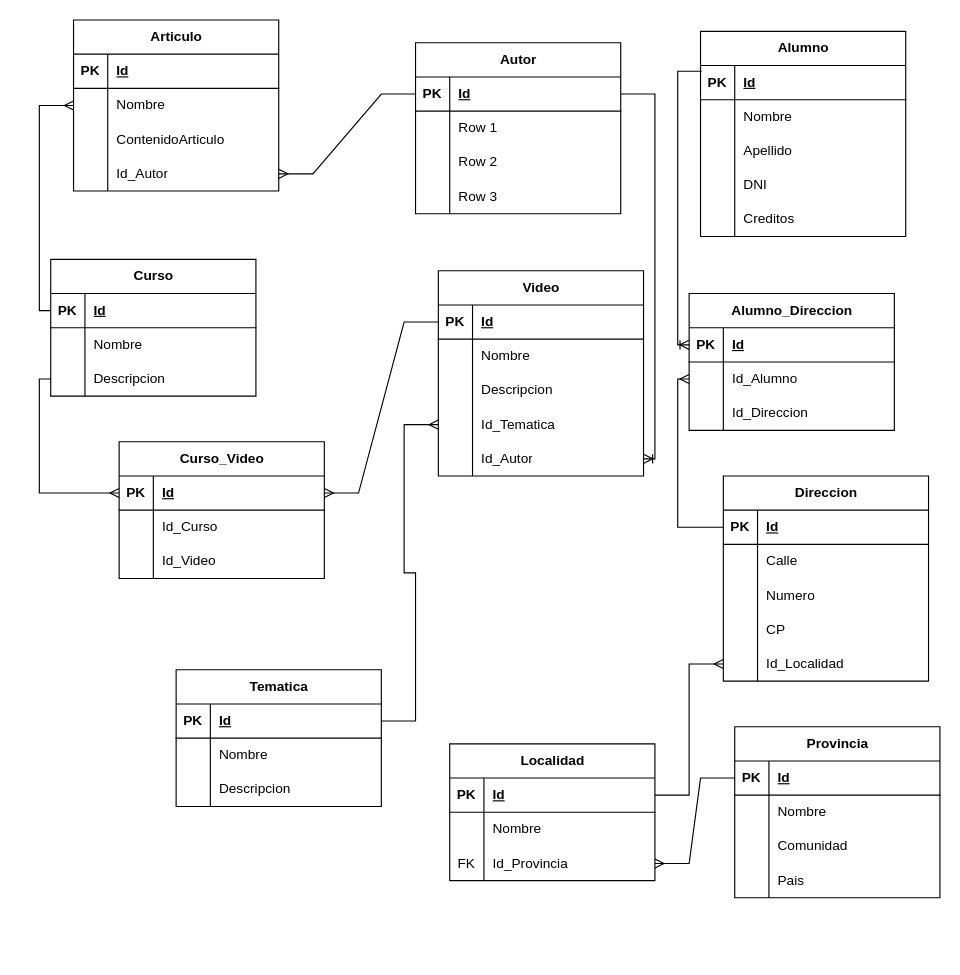
Before: LemonCode_Modelado_relacional_crows_foot.drawio in leonardocasimiro/BootcampBackend_III_Relacional_Modulo1Modelado, a draw.io diagram. Source tidied: cells renumbered, new cells numbered last; positions are measured from the earlier drawing's top-left corner, leaving out a move shared by most shapes. Both pictures are drawn from the tidied source at 114%, with x=0, y=0 at pixel (39, 19).
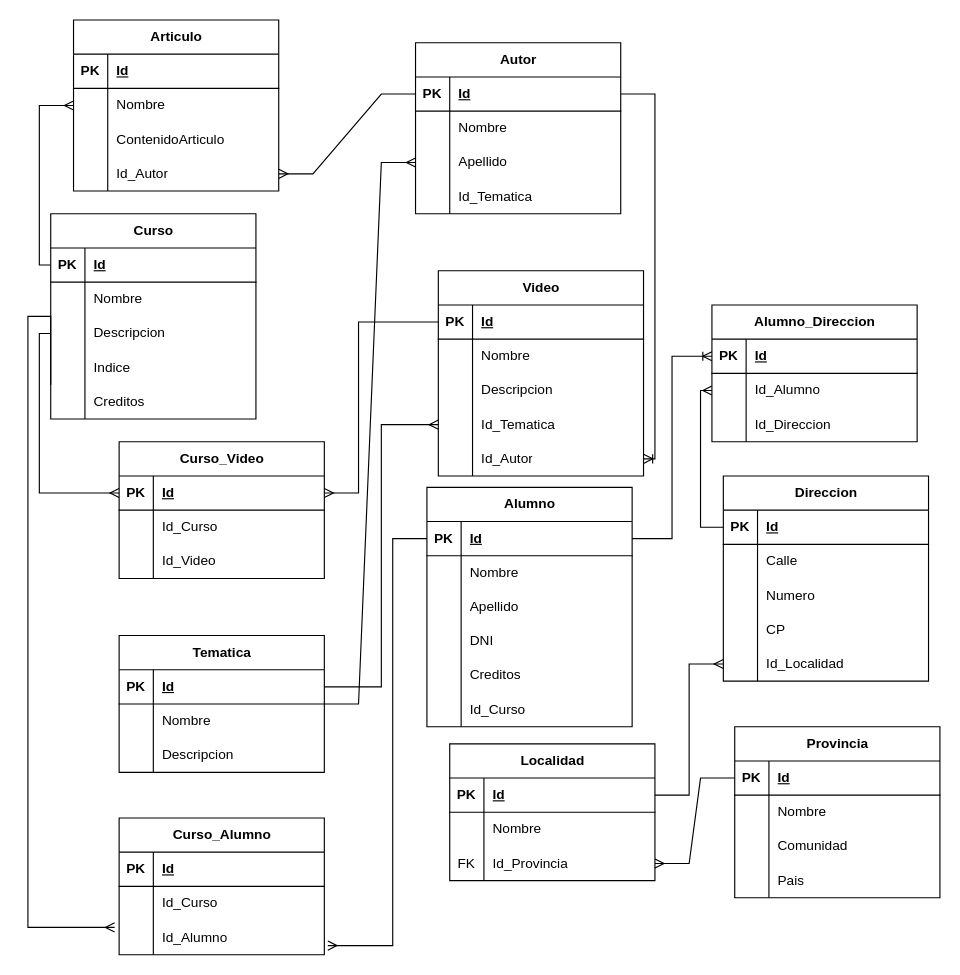
Above is the later version.

Unchanged cells that the change refers to:
```xml
<mxCell id="6" style="shape=tableRow;horizontal=0;startSize=0;swimlaneHead=0;swimlaneBody=0;fillColor=none;top=0;left=0;right=0;bottom=0;" parent="2" vertex="1">
  <mxGeometry y="60" width="180" height="30" as="geometry" />
</mxCell>
<mxCell id="9" style="shape=tableRow;horizontal=0;startSize=0;swimlaneHead=0;swimlaneBody=0;fillColor=none;points=[[0,0.5],[1,0.5]];portConstraint=eastwest;top=0;left=0;right=0;bottom=0;" parent="2" vertex="1">
  <mxGeometry y="90" width="180" height="30" as="geometry" />
</mxCell>
<mxCell id="12" style="shape=tableRow;horizontal=0;startSize=0;swimlaneHead=0;swimlaneBody=0;fillColor=none;top=0;left=0;right=0;bottom=0;" parent="2" vertex="1">
  <mxGeometry y="120" width="180" height="30" as="geometry" />
</mxCell>
<mxCell id="16" style="shape=tableRow;horizontal=0;startSize=0;swimlaneHead=0;swimlaneBody=0;fillColor=none;points=[[0,0.5],[1,0.5]];portConstraint=eastwest;top=0;left=0;right=0;bottom=1;" parent="15" vertex="1">
  <mxGeometry y="30" width="180" height="30" as="geometry" />
</mxCell>
<mxCell id="25" style="shape=tableRow;horizontal=0;startSize=0;swimlaneHead=0;swimlaneBody=0;fillColor=none;points=[[0,0.5],[1,0.5]];portConstraint=eastwest;top=0;left=0;right=0;bottom=0;" parent="15" vertex="1">
  <mxGeometry y="120" width="180" height="30" as="geometry" />
</mxCell>
<mxCell id="55" style="shape=tableRow;horizontal=0;startSize=0;swimlaneHead=0;swimlaneBody=0;fillColor=none;points=[[0,0.5],[1,0.5]];portConstraint=eastwest;top=0;left=0;right=0;bottom=1;" parent="54" vertex="1">
  <mxGeometry y="30" width="180" height="30" as="geometry" />
</mxCell>
<mxCell id="106" style="shape=tableRow;horizontal=0;startSize=0;swimlaneHead=0;swimlaneBody=0;fillColor=none;points=[[0,0.5],[1,0.5]];portConstraint=eastwest;top=0;left=0;right=0;bottom=1;" parent="105" vertex="1">
  <mxGeometry y="30" width="180" height="30" as="geometry" />
</mxCell>
<mxCell id="122" style="shape=tableRow;horizontal=0;startSize=0;swimlaneHead=0;swimlaneBody=0;fillColor=none;points=[[0,0.5],[1,0.5]];portConstraint=eastwest;top=0;left=0;right=0;bottom=1;" parent="121" vertex="1">
  <mxGeometry y="30" width="180" height="30" as="geometry" />
</mxCell>
<mxCell id="138" style="shape=tableRow;horizontal=0;startSize=0;swimlaneHead=0;swimlaneBody=0;fillColor=none;points=[[0,0.5],[1,0.5]];portConstraint=eastwest;top=0;left=0;right=0;bottom=1;" parent="137" vertex="1">
  <mxGeometry y="30" width="180" height="30" as="geometry" />
</mxCell>
```

Change to the diagram source:
```diff
@@
-    <mxCell id="8" value="Row 1" style="shape=partialRectangle;fillColor=none;top=0;left=0;bottom=0;right=0;align=left;spacingLeft=6;overflow=hidden;whiteSpace=wrap;html=1;" parent="6" vertex="1">
+    <mxCell id="8" value="Nombre" style="shape=partialRectangle;fillColor=none;top=0;left=0;bottom=0;right=0;align=left;spacingLeft=6;overflow=hidden;whiteSpace=wrap;html=1;" parent="6" vertex="1">
       <mxGeometry x="30" width="150" height="30" as="geometry" />
     </mxCell>
@@
-    <mxCell id="11" value="Row 2" style="shape=partialRectangle;fillColor=none;top=0;left=0;bottom=0;right=0;align=left;spacingLeft=6;overflow=hidden;whiteSpace=wrap;html=1;" parent="9" vertex="1">
+    <mxCell id="11" value="Apellido" style="shape=partialRectangle;fillColor=none;top=0;left=0;bottom=0;right=0;align=left;spacingLeft=6;overflow=hidden;whiteSpace=wrap;html=1;" parent="9" vertex="1">
       <mxGeometry x="30" width="150" height="30" as="geometry" />
     </mxCell>
@@
-    <mxCell id="14" value="Row 3" style="shape=partialRectangle;fillColor=none;top=0;left=0;bottom=0;right=0;align=left;spacingLeft=6;overflow=hidden;whiteSpace=wrap;html=1;" parent="12" vertex="1">
+    <mxCell id="14" value="Id_Tematica" style="shape=partialRectangle;fillColor=none;top=0;left=0;bottom=0;right=0;align=left;spacingLeft=6;overflow=hidden;whiteSpace=wrap;html=1;" parent="12" vertex="1">
       <mxGeometry x="30" width="150" height="30" as="geometry" />
     </mxCell>
@@
     <mxCell id="44" value="Curso" style="shape=table;startSize=30;childLayout=tableLayout;rowLines=0;fontStyle=1;align=center;html=1;" parent="1" vertex="1">
-      <mxGeometry x="10" y="210" width="180" height="120" as="geometry" />
+      <mxGeometry x="10" y="170" width="180" height="180" as="geometry" />
     </mxCell>
@@
+    <mxCell id="149" style="shape=tableRow;horizontal=0;startSize=0;swimlaneHead=0;swimlaneBody=0;fillColor=none;top=0;left=0;right=0;bottom=0;" parent="44" vertex="1">
+      <mxGeometry y="120" width="180" height="30" as="geometry" />
+    </mxCell>
+    <mxCell id="150" style="shape=partialRectangle;fillColor=none;top=0;left=0;bottom=0;right=0;overflow=hidden;whiteSpace=wrap;html=1;" parent="149" vertex="1">
+      <mxGeometry width="30" height="30" as="geometry" />
+    </mxCell>
+    <mxCell id="151" value="Indice" style="shape=partialRectangle;fillColor=none;top=0;left=0;bottom=0;right=0;align=left;spacingLeft=6;overflow=hidden;whiteSpace=wrap;html=1;" parent="149" vertex="1">
+      <mxGeometry x="30" width="150" height="30" as="geometry" />
+    </mxCell>
+    <mxCell id="152" style="shape=tableRow;horizontal=0;startSize=0;swimlaneHead=0;swimlaneBody=0;fillColor=none;top=0;left=0;right=0;bottom=0;" parent="44" vertex="1">
+      <mxGeometry y="150" width="180" height="30" as="geometry" />
+    </mxCell>
+    <mxCell id="153" style="shape=partialRectangle;fillColor=none;top=0;left=0;bottom=0;right=0;overflow=hidden;whiteSpace=wrap;html=1;" parent="152" vertex="1">
+      <mxGeometry width="30" height="30" as="geometry" />
+    </mxCell>
+    <mxCell id="154" value="Creditos" style="shape=partialRectangle;fillColor=none;top=0;left=0;bottom=0;right=0;align=left;spacingLeft=6;overflow=hidden;whiteSpace=wrap;html=1;" parent="152" vertex="1">
+      <mxGeometry x="30" width="150" height="30" as="geometry" />
+    </mxCell>
     <mxCell id="54" value="Tematica" style="shape=table;startSize=30;childLayout=tableLayout;rowLines=0;fontStyle=1;align=center;html=1;" parent="1" vertex="1">
-      <mxGeometry x="120" y="570" width="180" height="120" as="geometry" />
+      <mxGeometry x="70" y="540" width="180" height="120" as="geometry" />
     </mxCell>
@@
     <mxCell id="105" value="Alumno" style="shape=table;startSize=30;childLayout=tableLayout;rowLines=0;fontStyle=1;align=center;html=1;" parent="1" vertex="1">
-      <mxGeometry x="580" y="10" width="180" height="180" as="geometry" />
+      <mxGeometry x="340" y="410" width="180" height="210" as="geometry" />
     </mxCell>
@@
+    <mxCell id="155" style="shape=tableRow;horizontal=0;startSize=0;swimlaneHead=0;swimlaneBody=0;fillColor=none;top=0;left=0;right=0;bottom=0;" parent="105" vertex="1">
+      <mxGeometry y="180" width="180" height="30" as="geometry" />
+    </mxCell>
+    <mxCell id="156" style="shape=partialRectangle;fillColor=none;top=0;left=0;bottom=0;right=0;overflow=hidden;whiteSpace=wrap;html=1;" parent="155" vertex="1">
+      <mxGeometry width="30" height="30" as="geometry" />
+    </mxCell>
+    <mxCell id="157" value="Id_Curso" style="shape=partialRectangle;fillColor=none;top=0;left=0;bottom=0;right=0;align=left;spacingLeft=6;overflow=hidden;whiteSpace=wrap;html=1;" parent="155" vertex="1">
+      <mxGeometry x="30" width="150" height="30" as="geometry" />
+    </mxCell>
     <mxCell id="121" value="Alumno_Direccion" style="shape=table;startSize=30;childLayout=tableLayout;rowLines=0;fontStyle=1;align=center;html=1;" parent="1" vertex="1">
-      <mxGeometry x="570" y="240" width="180" height="120" as="geometry" />
+      <mxGeometry x="590" y="250" width="180" height="120" as="geometry" />
     </mxCell>
@@
-    <mxCell id="132" style="edgeStyle=orthogonalEdgeStyle;fontSize=12;html=1;endArrow=ERoneToMany;rounded=0;entryX=0;entryY=0.5;entryDx=0;entryDy=0;exitX=0.006;exitY=0.167;exitDx=0;exitDy=0;exitPerimeter=0;" parent="1" edge="1" source="106" target="122">
+    <mxCell id="132" style="edgeStyle=orthogonalEdgeStyle;fontSize=12;html=1;endArrow=ERoneToMany;rounded=0;entryX=0;entryY=0.5;entryDx=0;entryDy=0;exitX=1;exitY=0.5;exitDx=0;exitDy=0;" parent="1" edge="1" source="106" target="122">
       <mxGeometry relative="1" as="geometry" />
     </mxCell>
@@
-    <mxCell id="134" style="edgeStyle=entityRelationEdgeStyle;fontSize=12;html=1;endArrow=ERmany;rounded=0;entryX=0;entryY=0.5;entryDx=0;entryDy=0;exitX=1;exitY=0.5;exitDx=0;exitDy=0;" parent="1" edge="1" source="55" target="25">
+    <mxCell id="134" style="edgeStyle=orthogonalEdgeStyle;fontSize=12;html=1;endArrow=ERmany;rounded=0;entryX=0;entryY=0.5;entryDx=0;entryDy=0;exitX=1;exitY=0.5;exitDx=0;exitDy=0;" parent="1" edge="1" source="55" target="25">
       <mxGeometry relative="1" as="geometry" />
     </mxCell>
@@
-    <mxCell id="148" style="edgeStyle=entityRelationEdgeStyle;fontSize=12;html=1;endArrow=ERmany;rounded=0;exitX=0;exitY=0.5;exitDx=0;exitDy=0;" parent="1" edge="1" source="16" target="138">
+    <mxCell id="148" style="edgeStyle=orthogonalEdgeStyle;fontSize=12;html=1;endArrow=ERmany;rounded=0;exitX=0;exitY=0.5;exitDx=0;exitDy=0;" parent="1" edge="1" source="16" target="138">
       <mxGeometry relative="1" as="geometry">
         <Array as="points">
-          <mxPoint x="210" y="460" />
-          <mxPoint x="200" y="690" />
-          <mxPoint x="190" y="470" />
+          <mxPoint x="280" y="265" />
+          <mxPoint x="280" y="415" />
         </Array>
       </mxGeometry>
     </mxCell>
+    <mxCell id="158" style="edgeStyle=entityRelationEdgeStyle;fontSize=12;html=1;endArrow=ERmany;rounded=0;entryX=0;entryY=0.5;entryDx=0;entryDy=0;" parent="1" edge="1" source="54" target="9">
+      <mxGeometry relative="1" as="geometry" />
+    </mxCell>
+    <mxCell id="159" value="Curso_Alumno" style="shape=table;startSize=30;childLayout=tableLayout;rowLines=0;fontStyle=1;align=center;html=1;" parent="1" vertex="1">
+      <mxGeometry x="70" y="700" width="180" height="120" as="geometry" />
+    </mxCell>
+    <mxCell id="160" style="shape=tableRow;horizontal=0;startSize=0;swimlaneHead=0;swimlaneBody=0;fillColor=none;top=0;left=0;right=0;bottom=1;" parent="159" vertex="1">
+      <mxGeometry y="30" width="180" height="30" as="geometry" />
+    </mxCell>
+    <mxCell id="161" value="PK" style="shape=partialRectangle;fillColor=none;top=0;left=0;bottom=0;right=0;fontStyle=1;overflow=hidden;whiteSpace=wrap;html=1;" parent="160" vertex="1">
+      <mxGeometry width="30" height="30" as="geometry" />
+    </mxCell>
+    <mxCell id="162" value="Id" style="shape=partialRectangle;fillColor=none;top=0;left=0;bottom=0;right=0;align=left;spacingLeft=6;fontStyle=5;overflow=hidden;whiteSpace=wrap;html=1;" parent="160" vertex="1">
+      <mxGeometry x="30" width="150" height="30" as="geometry" />
+    </mxCell>
+    <mxCell id="163" style="shape=tableRow;horizontal=0;startSize=0;swimlaneHead=0;swimlaneBody=0;fillColor=none;top=0;left=0;right=0;bottom=0;" parent="159" vertex="1">
+      <mxGeometry y="60" width="180" height="30" as="geometry" />
+    </mxCell>
+    <mxCell id="164" style="shape=partialRectangle;fillColor=none;top=0;left=0;bottom=0;right=0;overflow=hidden;whiteSpace=wrap;html=1;" parent="163" vertex="1">
+      <mxGeometry width="30" height="30" as="geometry" />
+    </mxCell>
+    <mxCell id="165" value="Id_Curso" style="shape=partialRectangle;fillColor=none;top=0;left=0;bottom=0;right=0;align=left;spacingLeft=6;overflow=hidden;whiteSpace=wrap;html=1;" parent="163" vertex="1">
+      <mxGeometry x="30" width="150" height="30" as="geometry" />
+    </mxCell>
+    <mxCell id="166" style="shape=tableRow;horizontal=0;startSize=0;swimlaneHead=0;swimlaneBody=0;fillColor=none;points=[[0,0.5],[1,0.5]];portConstraint=eastwest;top=0;left=0;right=0;bottom=0;" parent="159" vertex="1">
+      <mxGeometry y="90" width="180" height="30" as="geometry" />
+    </mxCell>
+    <mxCell id="167" style="shape=partialRectangle;fillColor=none;top=0;left=0;bottom=0;right=0;overflow=hidden;whiteSpace=wrap;html=1;" parent="166" vertex="1">
+      <mxGeometry width="30" height="30" as="geometry" />
+    </mxCell>
+    <mxCell id="168" value="Id_Alumno" style="shape=partialRectangle;fillColor=none;top=0;left=0;bottom=0;right=0;align=left;spacingLeft=6;overflow=hidden;whiteSpace=wrap;html=1;" parent="166" vertex="1">
+      <mxGeometry x="30" width="150" height="30" as="geometry" />
+    </mxCell>
+    <mxCell id="169" style="edgeStyle=orthogonalEdgeStyle;fontSize=12;html=1;endArrow=ERmany;rounded=0;entryX=1.017;entryY=0.733;entryDx=0;entryDy=0;exitX=0;exitY=0.5;exitDx=0;exitDy=0;entryPerimeter=0;" parent="1" edge="1" source="106" target="166">
+      <mxGeometry relative="1" as="geometry">
+        <Array as="points">
+          <mxPoint x="310" y="455" />
+          <mxPoint x="310" y="812" />
+        </Array>
+      </mxGeometry>
+    </mxCell>
+    <mxCell id="170" style="edgeStyle=orthogonalEdgeStyle;fontSize=12;html=1;endArrow=ERmany;rounded=0;entryX=-0.022;entryY=0.2;entryDx=0;entryDy=0;entryPerimeter=0;" parent="1" edge="1" target="166">
+      <mxGeometry relative="1" as="geometry">
+        <mxPoint x="10" y="320" as="sourcePoint" />
+        <Array as="points">
+          <mxPoint x="10" y="260" />
+          <mxPoint x="-10" y="260" />
+          <mxPoint x="-10" y="796" />
+        </Array>
+      </mxGeometry>
+    </mxCell>
```
